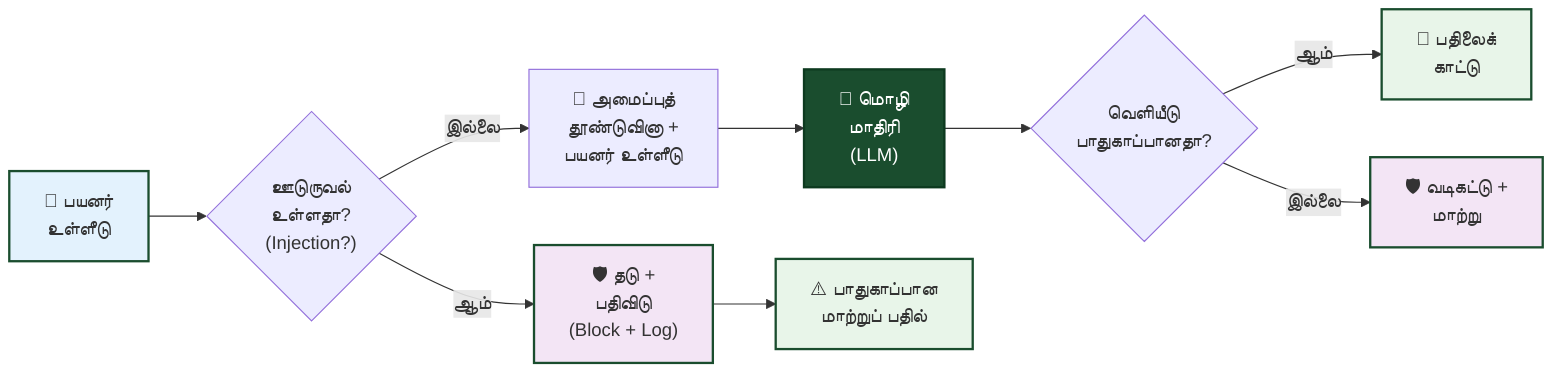
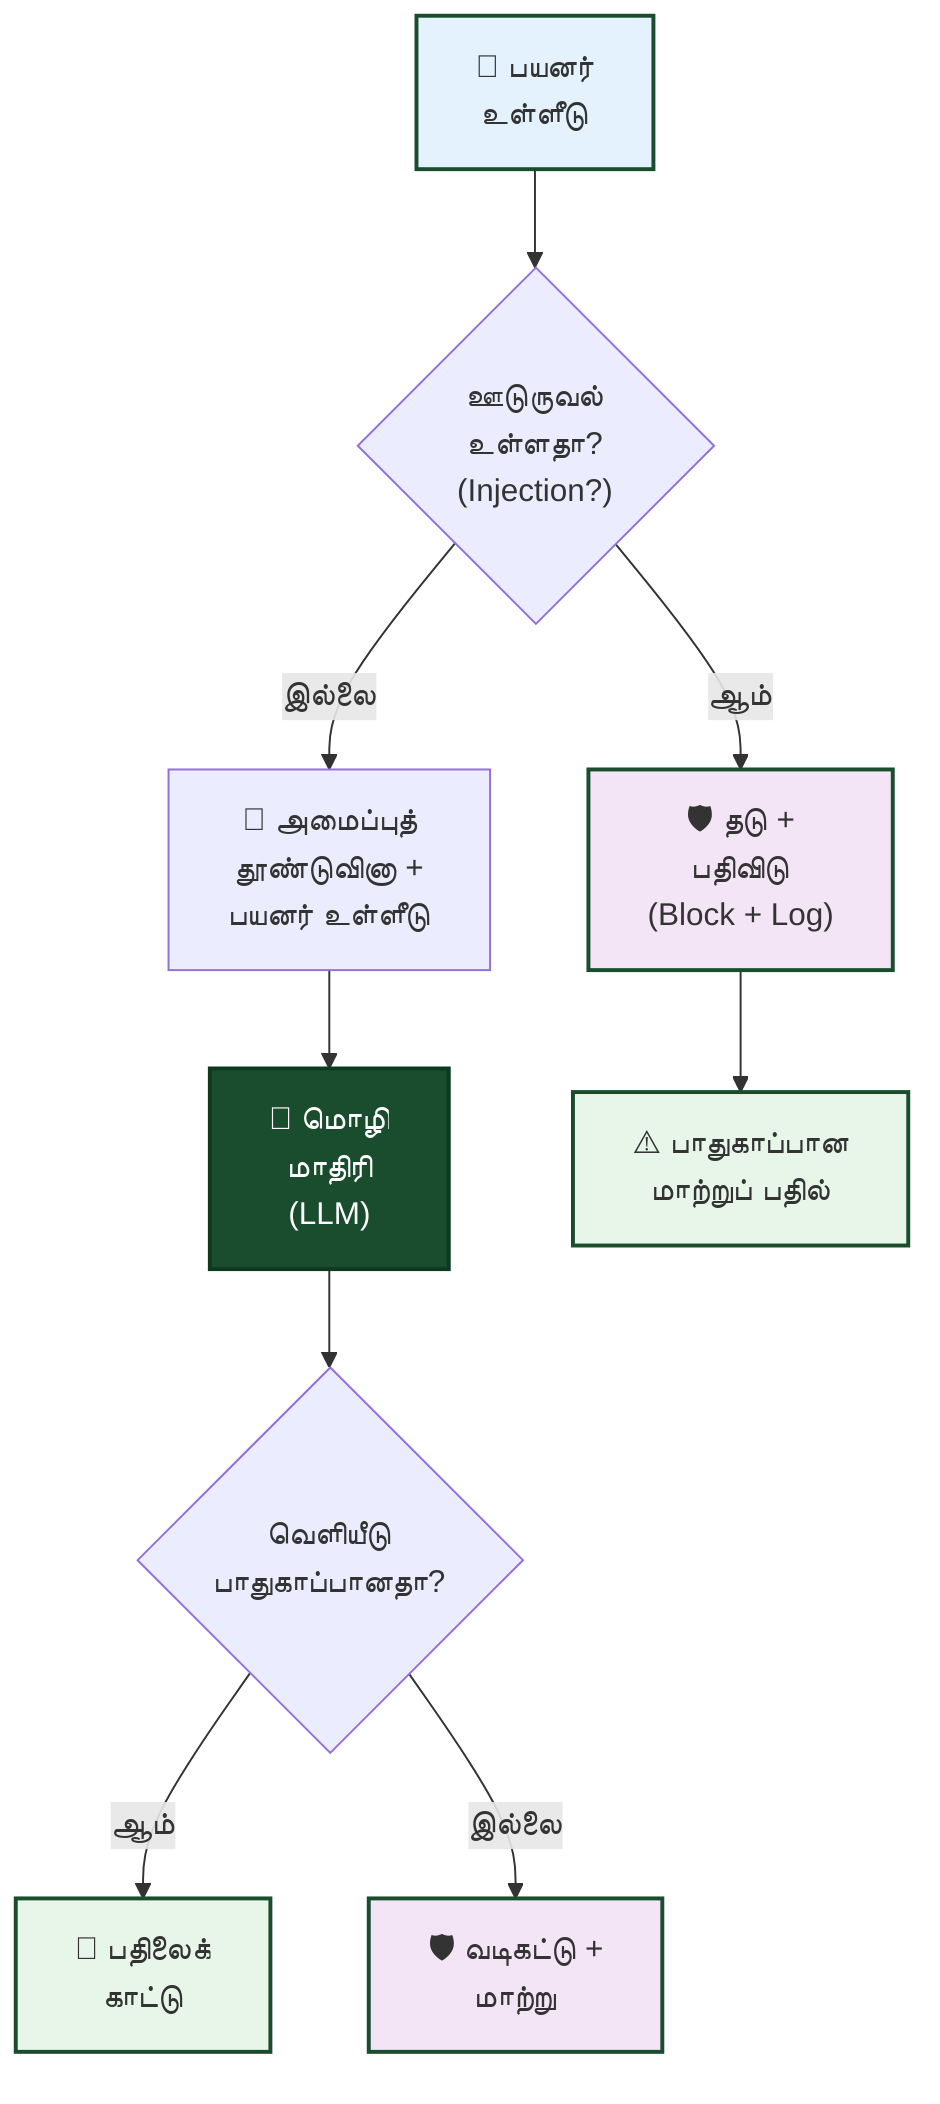
- flowchart LR
+ flowchart TB
    A["👤 பயனர்<br/>உள்ளீடு"] --> B{"ஊடுருவல்<br/>உள்ளதா?<br/>(Injection?)"}
    B -->|"ஆம்"| C["🛡️ தடு +<br/>பதிவிடு<br/>(Block + Log)"]
    B -->|"இல்லை"| D["📝 அமைப்புத்<br/>தூண்டுவினா +<br/>பயனர் உள்ளீடு"]
    D --> E["🤖 மொழி<br/>மாதிரி<br/>(LLM)"]
    E --> F{"வெளியீடு<br/>பாதுகாப்பானதா?"}
    F -->|"ஆம்"| G["💬 பதிலைக்<br/>காட்டு"]
    F -->|"இல்லை"| H["🛡️ வடிகட்டு +<br/>மாற்று"]
    C --> I["⚠️ பாதுகாப்பான<br/>மாற்றுப் பதில்"]

    style A fill:#e3f2fd,stroke:#1a4d2e,stroke-width:2px
    style C fill:#f3e5f5,stroke:#1a4d2e,stroke-width:2px
    style E fill:#1a4d2e,stroke:#0d3a1f,stroke-width:2px,color:#fff
    style G fill:#e8f5e9,stroke:#1a4d2e,stroke-width:2px
    style H fill:#f3e5f5,stroke:#1a4d2e,stroke-width:2px
    style I fill:#e8f5e9,stroke:#1a4d2e,stroke-width:2px
